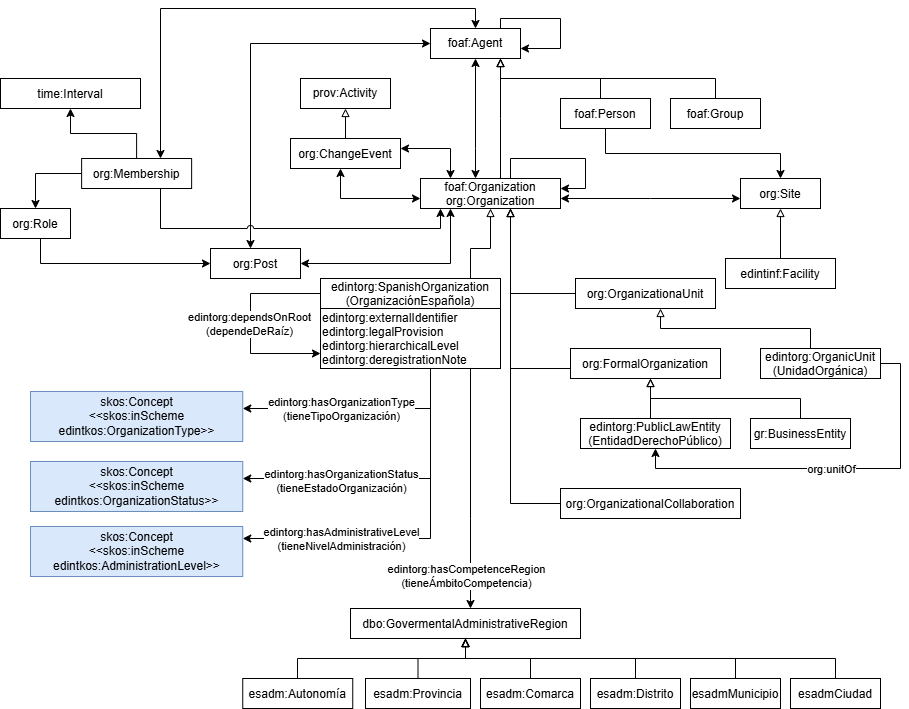
This is diagrams/diagrama.png from sbernardos/edint-ontologia-organizaciones, a draw.io export, as it was before one commit. Source tidied: cells renumbered, new cells last; positions are measured from the earlier drawing's top-left corner, leaving out a move shared by most shapes.
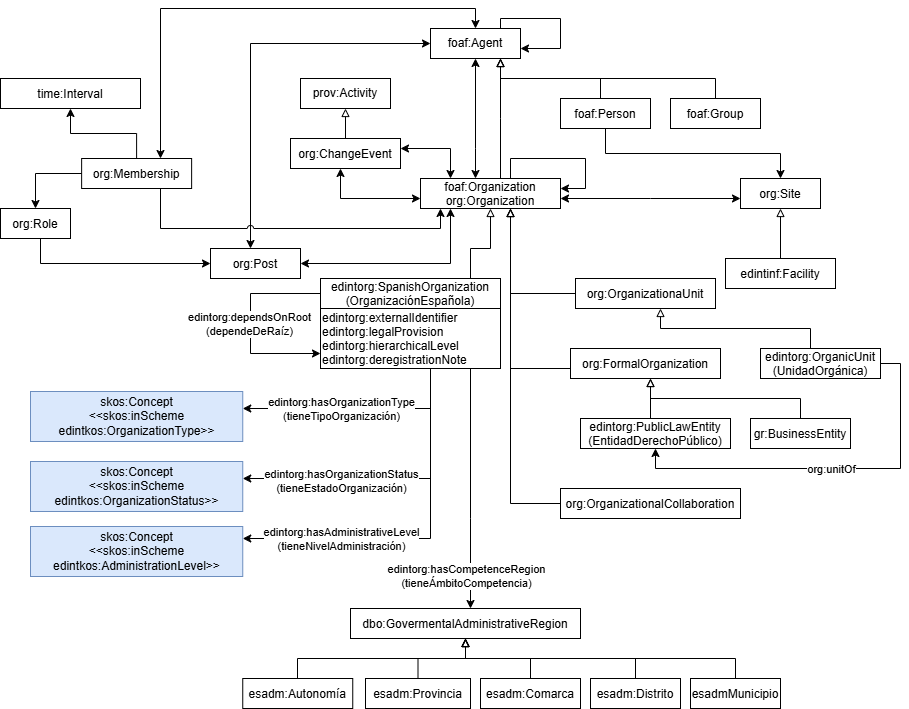
The same diagram one commit later.

Diff of the diagram source:
```diff
@@ -366,17 +366,6 @@
     <mxCell id="72" value="esadmMunicipio" parent="1" vertex="1">
       <mxGeometry x="690" y="670" width="90" height="30" as="geometry" />
     </mxCell>
-    <mxCell id="73" value="esadmCiudad" parent="1" vertex="1">
-      <mxGeometry x="790" y="670" width="90" height="30" as="geometry" />
-    </mxCell>
-    <mxCell id="74" style="edgeStyle=orthogonalEdgeStyle;rounded=0;curved=0;endArrow=none;endFill=0;startArrow=block;startFill=0;" parent="1" edge="1" source="6" target="73">
-      <mxGeometry relative="1" as="geometry">
-        <Array as="points">
-          <mxPoint x="465" y="650" />
-          <mxPoint x="835" y="650" />
-        </Array>
-      </mxGeometry>
-    </mxCell>
     <mxCell id="75" style="edgeStyle=orthogonalEdgeStyle;rounded=0;curved=0;endArrow=none;endFill=0;startArrow=block;startFill=0;" parent="1" edge="1" source="6" target="72">
       <mxGeometry relative="1" as="geometry">
         <Array as="points">
```
